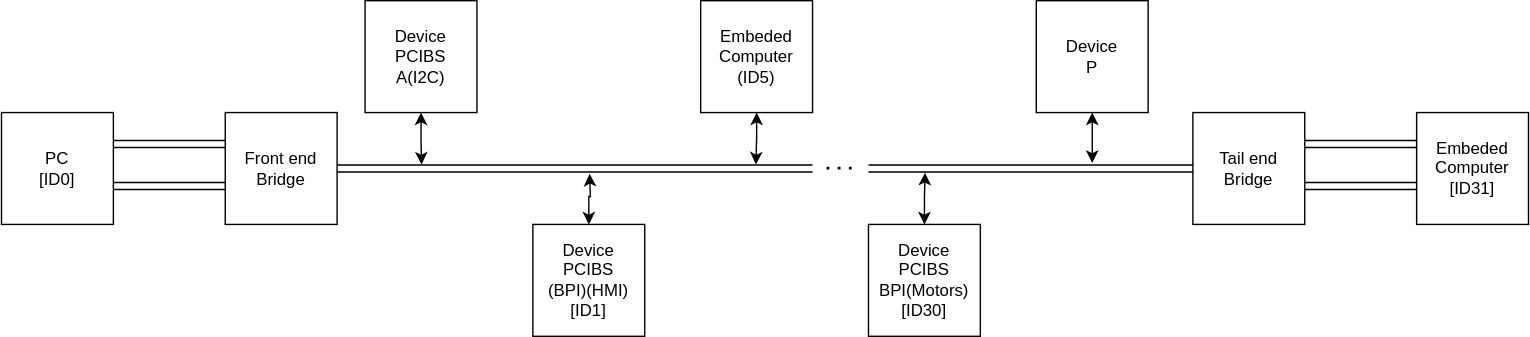
The draw.io diagram BUS_layout.svg in cdg66/BUS_figures, before a commit. Source tidied: cells renumbered, new cells last; positions are measured from the earlier drawing's top-left corner, leaving out a move shared by most shapes.
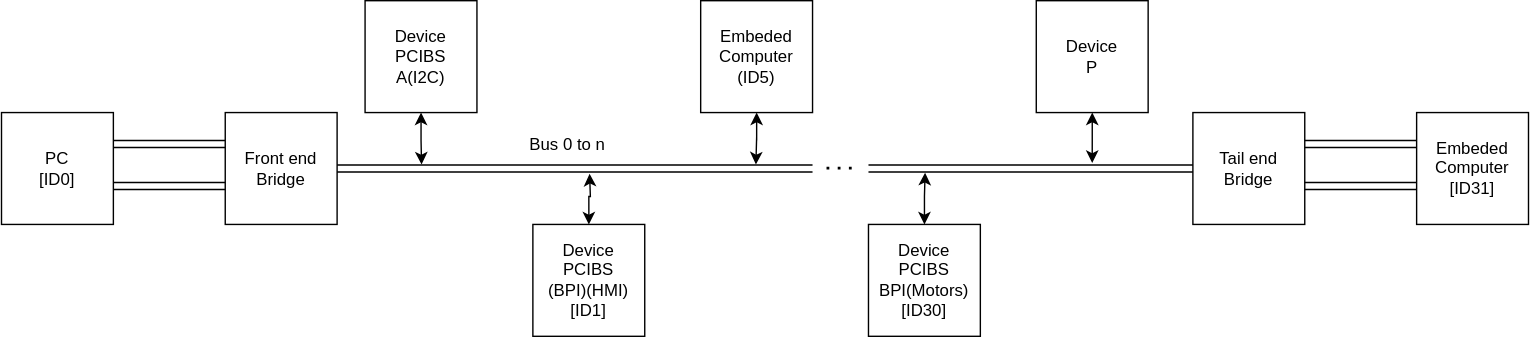
The same diagram one commit later.

Diff of the diagram source:
```diff
@@ -78,5 +78,8 @@
         <mxPoint x="610" y="119.7" as="targetPoint" />
       </mxGeometry>
     </mxCell>
+    <mxCell id="23" value="Bus 0 to n" style="text;html=1;strokeColor=none;fillColor=none;align=center;verticalAlign=middle;whiteSpace=wrap;rounded=0;" parent="1" vertex="1">
+      <mxGeometry x="375" y="87.5" width="60" height="30" as="geometry" />
+    </mxCell>
   </root>
 </mxGraphModel>
```
